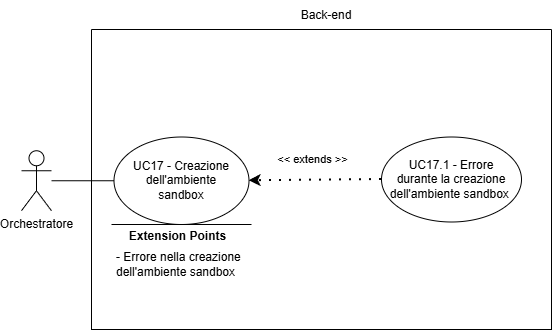
The draw.io diagram assets/diagrams/UC17.png in SkarabGroup/DocumentazioneProgetto, before a commit. Source tidied: cells renumbered, new cells last; positions are measured from the earlier drawing's top-left corner, leaving out a move shared by most shapes. The source it was exported from:
```xml
<mxGraphModel>
  <root>
    <mxCell id="0" />
    <mxCell id="1" parent="0" />
    <mxCell id="2" style="swimlane;startSize=0;" parent="1" vertex="1">
      <mxGeometry x="70" y="29" width="460" height="300" as="geometry" />
    </mxCell>
    <mxCell id="3" style="ellipse;whiteSpace=wrap;html=1;" parent="2" vertex="1">
      <mxGeometry x="290" y="107.5" width="140" height="85" as="geometry" />
    </mxCell>
    <mxCell id="4" value="UC17.1 - Errore durante la creazione dell'ambiente sandbox&amp;nbsp;" style="text;html=1;align=center;verticalAlign=middle;whiteSpace=wrap;rounded=0;" parent="2" vertex="1">
      <mxGeometry x="295" y="115" width="130" height="70" as="geometry" />
    </mxCell>
    <mxCell id="5" value="&amp;lt;&amp;lt; extends &amp;gt;&amp;gt;" style="endArrow=classic;startArrow=none;endFill=1;startFill=0;html=1;verticalAlign=bottom;dashed=1;labelBackgroundColor=none;rounded=0;dashPattern=1 4;curved=0;endSize=6;strokeWidth=2;exitX=0;exitY=0.5;exitDx=0;exitDy=0;entryX=1;entryY=0.5;entryDx=0;entryDy=0;" parent="2" edge="1" source="3" target="7">
      <mxGeometry x="0.04" y="-12" relative="1" as="geometry" />
    </mxCell>
    <mxCell id="6" value="Orchestratore" style="shape=umlActor;verticalLabelPosition=bottom;verticalAlign=top;html=1;outlineConnect=0;align=center;" parent="2" vertex="1">
      <mxGeometry x="-70" y="121.2" width="30" height="60" as="geometry" />
    </mxCell>
    <mxCell id="7" style="ellipse;whiteSpace=wrap;html=1;" parent="2" vertex="1">
      <mxGeometry x="22.5" y="107.5" width="135" height="87.5" as="geometry" />
    </mxCell>
    <mxCell id="8" style="endArrow=none;html=1;rounded=0;" parent="2" edge="1">
      <mxGeometry relative="1" as="geometry">
        <mxPoint x="20" y="195" as="sourcePoint" />
        <mxPoint x="160" y="195" as="targetPoint" />
      </mxGeometry>
    </mxCell>
    <mxCell id="9" value="&lt;b&gt;&lt;font style=&quot;font-size: 12px;&quot;&gt;Extension Points&lt;/font&gt;&lt;/b&gt;" style="edgeLabel;html=1;align=center;verticalAlign=middle;" parent="8" vertex="1">
      <mxGeometry x="0.65" relative="1" as="geometry">
        <mxPoint x="-50" y="11" as="offset" />
      </mxGeometry>
    </mxCell>
    <mxCell id="10" value="- Errore nella creazione dell'ambiente sandbox" style="text;html=1;align=left;verticalAlign=middle;whiteSpace=wrap;rounded=0;" parent="2" vertex="1">
      <mxGeometry x="22.5" y="220" width="137.5" height="30" as="geometry" />
    </mxCell>
    <mxCell id="11" value="&lt;div style=&quot;&quot;&gt;UC17 - Creazione dell'ambiente sandbox&lt;/div&gt;" style="text;html=1;align=center;verticalAlign=middle;whiteSpace=wrap;rounded=0;" parent="2" vertex="1">
      <mxGeometry x="35" y="116.2" width="110" height="70" as="geometry" />
    </mxCell>
    <mxCell id="12" style="endArrow=none;html=1;rounded=0;entryX=0;entryY=0.5;entryDx=0;entryDy=0;" parent="2" edge="1" source="6" target="7">
      <mxGeometry relative="1" as="geometry" />
    </mxCell>
    <mxCell id="13" value="Back-end" style="text;html=1;align=center;verticalAlign=middle;whiteSpace=wrap;rounded=0;" parent="1" vertex="1">
      <mxGeometry x="275" width="60" height="30" as="geometry" />
    </mxCell>
  </root>
</mxGraphModel>
```
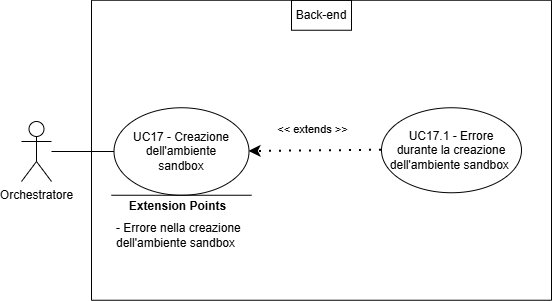
Above is the later version.

Diff of the diagram source:
```diff
@@ -2,46 +2,46 @@
   <root>
     <mxCell id="0" />
     <mxCell id="1" parent="0" />
-    <mxCell id="2" style="swimlane;startSize=0;" parent="1" vertex="1">
-      <mxGeometry x="70" y="29" width="460" height="300" as="geometry" />
-    </mxCell>
+    <mxCell id="14" style="swimlane;startSize=0;" parent="1" vertex="1">
+      <mxGeometry x="666" y="1034.8" width="460" height="300" as="geometry" />
+    </mxCell>
-    <mxCell id="3" style="ellipse;whiteSpace=wrap;html=1;" parent="2" vertex="1">
+    <mxCell id="3" style="ellipse;whiteSpace=wrap;html=1;" parent="14" vertex="1">
       <mxGeometry x="290" y="107.5" width="140" height="85" as="geometry" />
     </mxCell>
-    <mxCell id="4" value="UC17.1 - Errore durante la creazione dell'ambiente sandbox&amp;nbsp;" style="text;html=1;align=center;verticalAlign=middle;whiteSpace=wrap;rounded=0;" parent="2" vertex="1">
+    <mxCell id="4" value="UC17.1 - Errore durante la creazione dell'ambiente sandbox&amp;nbsp;" style="text;html=1;align=center;verticalAlign=middle;whiteSpace=wrap;rounded=0;" parent="14" vertex="1">
       <mxGeometry x="295" y="115" width="130" height="70" as="geometry" />
     </mxCell>
-    <mxCell id="5" value="&amp;lt;&amp;lt; extends &amp;gt;&amp;gt;" style="endArrow=classic;startArrow=none;endFill=1;startFill=0;html=1;verticalAlign=bottom;dashed=1;labelBackgroundColor=none;rounded=0;dashPattern=1 4;curved=0;endSize=6;strokeWidth=2;exitX=0;exitY=0.5;exitDx=0;exitDy=0;entryX=1;entryY=0.5;entryDx=0;entryDy=0;" parent="2" edge="1" source="3" target="7">
+    <mxCell id="5" value="&amp;lt;&amp;lt; extends &amp;gt;&amp;gt;" style="endArrow=classic;startArrow=none;endFill=1;startFill=0;html=1;verticalAlign=bottom;dashed=1;labelBackgroundColor=none;rounded=0;dashPattern=1 4;curved=0;endSize=6;strokeWidth=2;exitX=0;exitY=0.5;exitDx=0;exitDy=0;entryX=1;entryY=0.5;entryDx=0;entryDy=0;" parent="14" edge="1" source="3" target="7">
       <mxGeometry x="0.04" y="-12" relative="1" as="geometry" />
     </mxCell>
-    <mxCell id="6" value="Orchestratore" style="shape=umlActor;verticalLabelPosition=bottom;verticalAlign=top;html=1;outlineConnect=0;align=center;" parent="2" vertex="1">
+    <mxCell id="6" value="Orchestratore" style="shape=umlActor;verticalLabelPosition=bottom;verticalAlign=top;html=1;outlineConnect=0;align=center;" parent="14" vertex="1">
       <mxGeometry x="-70" y="121.2" width="30" height="60" as="geometry" />
     </mxCell>
-    <mxCell id="7" style="ellipse;whiteSpace=wrap;html=1;" parent="2" vertex="1">
+    <mxCell id="7" style="ellipse;whiteSpace=wrap;html=1;" parent="14" vertex="1">
       <mxGeometry x="22.5" y="107.5" width="135" height="87.5" as="geometry" />
     </mxCell>
-    <mxCell id="8" style="endArrow=none;html=1;rounded=0;" parent="2" edge="1">
-      <mxGeometry relative="1" as="geometry">
-        <mxPoint x="20" y="195" as="sourcePoint" />
-        <mxPoint x="160" y="195" as="targetPoint" />
-      </mxGeometry>
-    </mxCell>
+    <mxCell id="15" style="endArrow=none;html=1;rounded=0;" parent="14" edge="1">
+      <mxGeometry relative="1" as="geometry">
+        <mxPoint x="20" y="195" as="sourcePoint" />
+        <mxPoint x="160" y="195" as="targetPoint" />
+      </mxGeometry>
+    </mxCell>
-    <mxCell id="9" value="&lt;b&gt;&lt;font style=&quot;font-size: 12px;&quot;&gt;Extension Points&lt;/font&gt;&lt;/b&gt;" style="edgeLabel;html=1;align=center;verticalAlign=middle;" parent="8" vertex="1">
+    <mxCell id="9" value="&lt;b&gt;&lt;font style=&quot;font-size: 12px;&quot;&gt;Extension Points&lt;/font&gt;&lt;/b&gt;" style="edgeLabel;html=1;align=center;verticalAlign=middle;" parent="15" vertex="1">
       <mxGeometry x="0.65" relative="1" as="geometry">
         <mxPoint x="-50" y="11" as="offset" />
       </mxGeometry>
     </mxCell>
-    <mxCell id="10" value="- Errore nella creazione dell'ambiente sandbox" style="text;html=1;align=left;verticalAlign=middle;whiteSpace=wrap;rounded=0;" parent="2" vertex="1">
+    <mxCell id="10" value="- Errore nella creazione dell'ambiente sandbox" style="text;html=1;align=left;verticalAlign=middle;whiteSpace=wrap;rounded=0;" parent="14" vertex="1">
       <mxGeometry x="22.5" y="220" width="137.5" height="30" as="geometry" />
     </mxCell>
-    <mxCell id="11" value="&lt;div style=&quot;&quot;&gt;UC17 - Creazione dell'ambiente sandbox&lt;/div&gt;" style="text;html=1;align=center;verticalAlign=middle;whiteSpace=wrap;rounded=0;" parent="2" vertex="1">
+    <mxCell id="11" value="&lt;div style=&quot;&quot;&gt;UC17 - Creazione dell'ambiente sandbox&lt;/div&gt;" style="text;html=1;align=center;verticalAlign=middle;whiteSpace=wrap;rounded=0;" parent="14" vertex="1">
       <mxGeometry x="35" y="116.2" width="110" height="70" as="geometry" />
     </mxCell>
-    <mxCell id="12" style="endArrow=none;html=1;rounded=0;entryX=0;entryY=0.5;entryDx=0;entryDy=0;" parent="2" edge="1" source="6" target="7">
+    <mxCell id="12" style="endArrow=none;html=1;rounded=0;entryX=0;entryY=0.5;entryDx=0;entryDy=0;" parent="14" edge="1" source="6" target="7">
       <mxGeometry relative="1" as="geometry" />
     </mxCell>
-    <mxCell id="13" value="Back-end" style="text;html=1;align=center;verticalAlign=middle;whiteSpace=wrap;rounded=0;" parent="1" vertex="1">
-      <mxGeometry x="275" width="60" height="30" as="geometry" />
+    <mxCell id="13" value="Back-end" style="text;html=1;align=center;verticalAlign=middle;whiteSpace=wrap;rounded=0;perimeterSpacing=1;strokeColor=default;" parent="14" vertex="1">
+      <mxGeometry x="200" width="60" height="30" as="geometry" />
     </mxCell>
   </root>
 </mxGraphModel>
```
